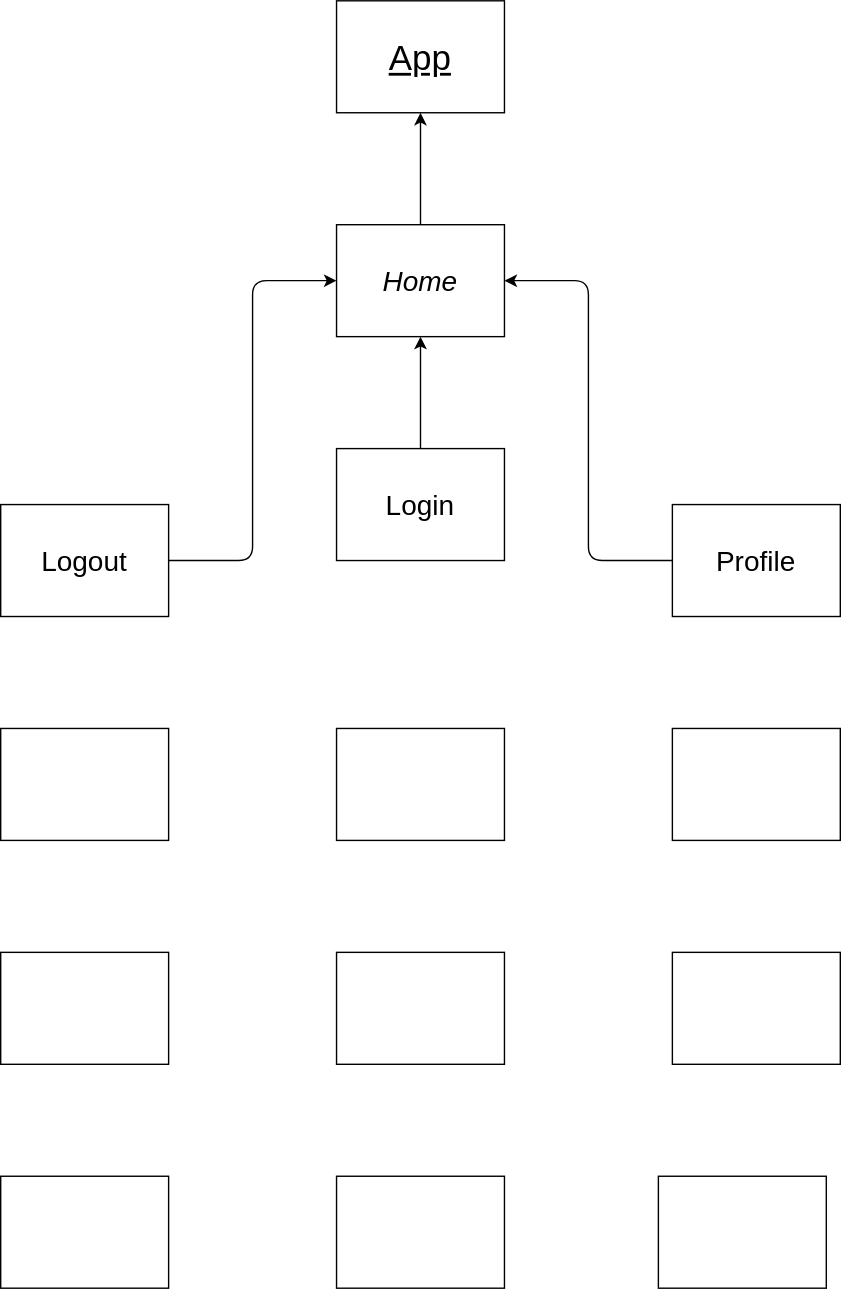
The draw.io diagram Diagram/.drawio.svg in TonySwearingen/SwearingenUnlimitedLLC-Frontend, before a commit. Source tidied: cells renumbered, new cells last; positions are measured from the earlier drawing's top-left corner, leaving out a move shared by most shapes.
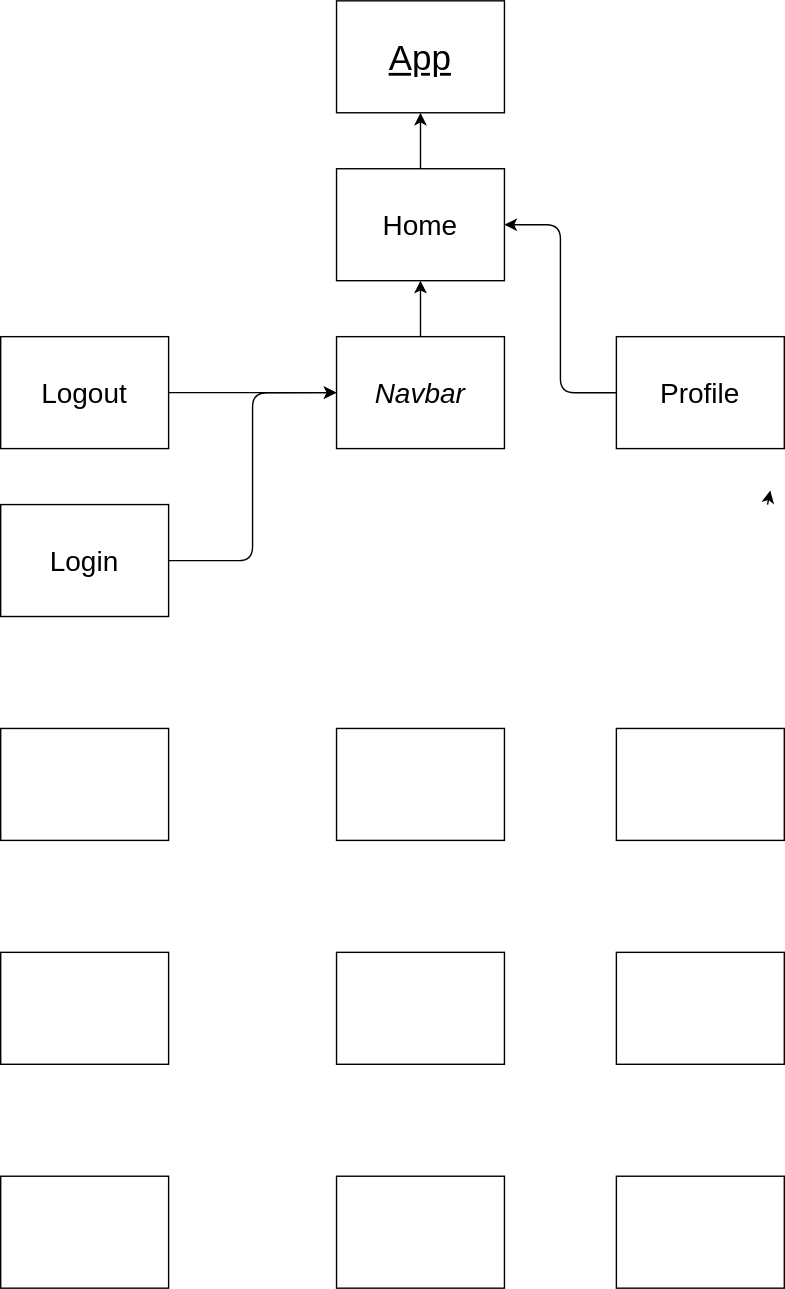
Above is the later version.

The edit, as a diff of the source:
```diff
@@ -5,32 +5,35 @@
     <mxCell id="2" value="App" style="rounded=0;whiteSpace=wrap;html=1;fontSize=25;fontStyle=4;" parent="1" vertex="1">
       <mxGeometry x="240" width="120" height="80" as="geometry" />
     </mxCell>
-    <mxCell id="3" style="edgeStyle=orthogonalEdgeStyle;html=1;entryX=1;entryY=0.5;entryDx=0;entryDy=0;fontSize=25;" parent="1" edge="1" source="4" target="10">
-      <mxGeometry relative="1" as="geometry" />
-    </mxCell>
-    <mxCell id="4" value="Profile" style="rounded=0;whiteSpace=wrap;html=1;fontSize=20;" parent="1" vertex="1">
-      <mxGeometry x="480" y="360" width="120" height="80" as="geometry" />
-    </mxCell>
+    <mxCell id="20" style="edgeStyle=none;html=1;" parent="1" edge="1">
+      <mxGeometry relative="1" as="geometry">
+        <mxPoint x="548" y="360" as="sourcePoint" />
+        <mxPoint x="550" y="350" as="targetPoint" />
+      </mxGeometry>
+    </mxCell>
     <mxCell id="5" style="edgeStyle=orthogonalEdgeStyle;html=1;entryX=0;entryY=0.5;entryDx=0;entryDy=0;fontSize=25;" parent="1" edge="1" source="6" target="10">
       <mxGeometry relative="1" as="geometry" />
     </mxCell>
     <mxCell id="6" value="Logout" style="rounded=0;whiteSpace=wrap;html=1;fontSize=20;" parent="1" vertex="1">
-      <mxGeometry y="360" width="120" height="80" as="geometry" />
+      <mxGeometry y="240" width="120" height="80" as="geometry" />
     </mxCell>
-    <mxCell id="7" style="edgeStyle=orthogonalEdgeStyle;html=1;entryX=0.5;entryY=1;entryDx=0;entryDy=0;fontSize=25;" parent="1" edge="1" source="8" target="10">
+    <mxCell id="7" style="edgeStyle=orthogonalEdgeStyle;html=1;entryX=0;entryY=0.5;entryDx=0;entryDy=0;" parent="1" edge="1" source="8" target="10">
       <mxGeometry relative="1" as="geometry" />
     </mxCell>
     <mxCell id="8" value="Login" style="rounded=0;whiteSpace=wrap;html=1;fontSize=20;" parent="1" vertex="1">
-      <mxGeometry x="240" y="320" width="120" height="80" as="geometry" />
+      <mxGeometry y="360" width="120" height="80" as="geometry" />
     </mxCell>
-    <mxCell id="9" style="edgeStyle=none;html=1;" parent="1" edge="1" source="10" target="2">
-      <mxGeometry relative="1" as="geometry" />
-    </mxCell>
+    <mxCell id="21" style="edgeStyle=none;html=1;" parent="1" edge="1" source="10" target="18">
+      <mxGeometry relative="1" as="geometry" />
+    </mxCell>
-    <mxCell id="10" value="Home" style="rounded=0;whiteSpace=wrap;html=1;fontSize=20;fontStyle=2;" parent="1" vertex="1">
-      <mxGeometry x="240" y="160" width="120" height="80" as="geometry" />
+    <mxCell id="10" value="Navbar" style="rounded=0;whiteSpace=wrap;html=1;fontSize=20;fontStyle=2;" parent="1" vertex="1">
+      <mxGeometry x="240" y="240" width="120" height="80" as="geometry" />
     </mxCell>
+    <mxCell id="22" style="edgeStyle=orthogonalEdgeStyle;html=1;entryX=1;entryY=0.5;entryDx=0;entryDy=0;" parent="1" edge="1" source="11" target="18">
+      <mxGeometry relative="1" as="geometry" />
+    </mxCell>
-    <mxCell id="11" style="rounded=0;whiteSpace=wrap;html=1;fontSize=20;" parent="1" vertex="1">
-      <mxGeometry x="480" y="680" width="120" height="80" as="geometry" />
+    <mxCell id="11" value="Profile" style="rounded=0;whiteSpace=wrap;html=1;fontSize=20;" parent="1" vertex="1">
+      <mxGeometry x="440" y="240" width="120" height="80" as="geometry" />
     </mxCell>
     <mxCell id="12" style="rounded=0;whiteSpace=wrap;html=1;fontSize=20;" parent="1" vertex="1">
       <mxGeometry x="240" y="520" width="120" height="80" as="geometry" />
@@ -39,7 +42,7 @@
       <mxGeometry y="680" width="120" height="80" as="geometry" />
     </mxCell>
     <mxCell id="14" style="rounded=0;whiteSpace=wrap;html=1;fontSize=20;" parent="1" vertex="1">
-      <mxGeometry x="480" y="520" width="120" height="80" as="geometry" />
+      <mxGeometry x="440" y="520" width="120" height="80" as="geometry" />
     </mxCell>
     <mxCell id="15" style="rounded=0;whiteSpace=wrap;html=1;fontSize=20;" parent="1" vertex="1">
       <mxGeometry y="520" width="120" height="80" as="geometry" />
@@ -50,11 +53,20 @@
     <mxCell id="17" style="rounded=0;whiteSpace=wrap;html=1;fontSize=20;" parent="1" vertex="1">
       <mxGeometry x="240" y="680" width="120" height="80" as="geometry" />
     </mxCell>
+    <mxCell id="23" style="edgeStyle=none;html=1;" parent="1" edge="1" source="18" target="2">
+      <mxGeometry relative="1" as="geometry" />
+    </mxCell>
-    <mxCell id="18" style="rounded=0;whiteSpace=wrap;html=1;fontSize=20;" parent="1" vertex="1">
-      <mxGeometry x="470" y="840" width="120" height="80" as="geometry" />
+    <mxCell id="18" value="Home" style="rounded=0;whiteSpace=wrap;html=1;fontSize=20;" parent="1" vertex="1">
+      <mxGeometry x="240" y="120" width="120" height="80" as="geometry" />
     </mxCell>
     <mxCell id="19" style="rounded=0;whiteSpace=wrap;html=1;fontSize=20;" parent="1" vertex="1">
       <mxGeometry x="240" y="840" width="120" height="80" as="geometry" />
     </mxCell>
+    <mxCell id="24" style="rounded=0;whiteSpace=wrap;html=1;fontSize=20;" parent="1" vertex="1">
+      <mxGeometry x="440" y="840" width="120" height="80" as="geometry" />
+    </mxCell>
+    <mxCell id="25" style="rounded=0;whiteSpace=wrap;html=1;fontSize=20;" parent="1" vertex="1">
+      <mxGeometry x="440" y="680" width="120" height="80" as="geometry" />
+    </mxCell>
   </root>
 </mxGraphModel>
```
